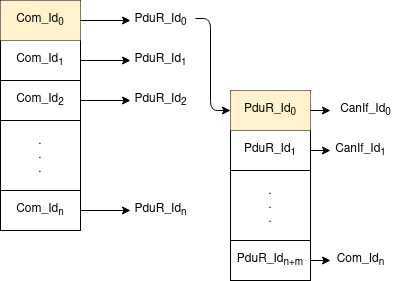
Above: PDU Router Algorithm.png in eslamtayseer/AutoSarComStack (draw.io), before the change. Source tidied: cells renumbered, new cells last; positions are measured from the earlier drawing's top-left corner, leaving out a move shared by most shapes.
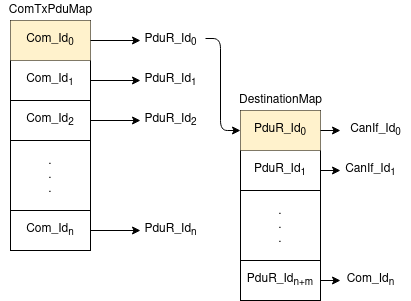
After the change.

Change to the diagram source:
```diff
@@ -129,5 +129,11 @@
     <mxCell id="36" value="Com_Id&lt;sub&gt;n&lt;/sub&gt;" style="text;html=1;align=center;verticalAlign=middle;" parent="1" vertex="1">
       <mxGeometry x="330" y="250" width="60" height="20" as="geometry" />
     </mxCell>
+    <mxCell id="37" value="ComTxPduMap" style="text;html=1;align=center;verticalAlign=middle;" parent="1" vertex="1">
+      <mxGeometry x="-10" y="-20" width="100" height="20" as="geometry" />
+    </mxCell>
+    <mxCell id="38" value="DestinationMap" style="text;html=1;align=center;verticalAlign=middle;" parent="1" vertex="1">
+      <mxGeometry x="220" y="70" width="100" height="20" as="geometry" />
+    </mxCell>
   </root>
 </mxGraphModel>
```
